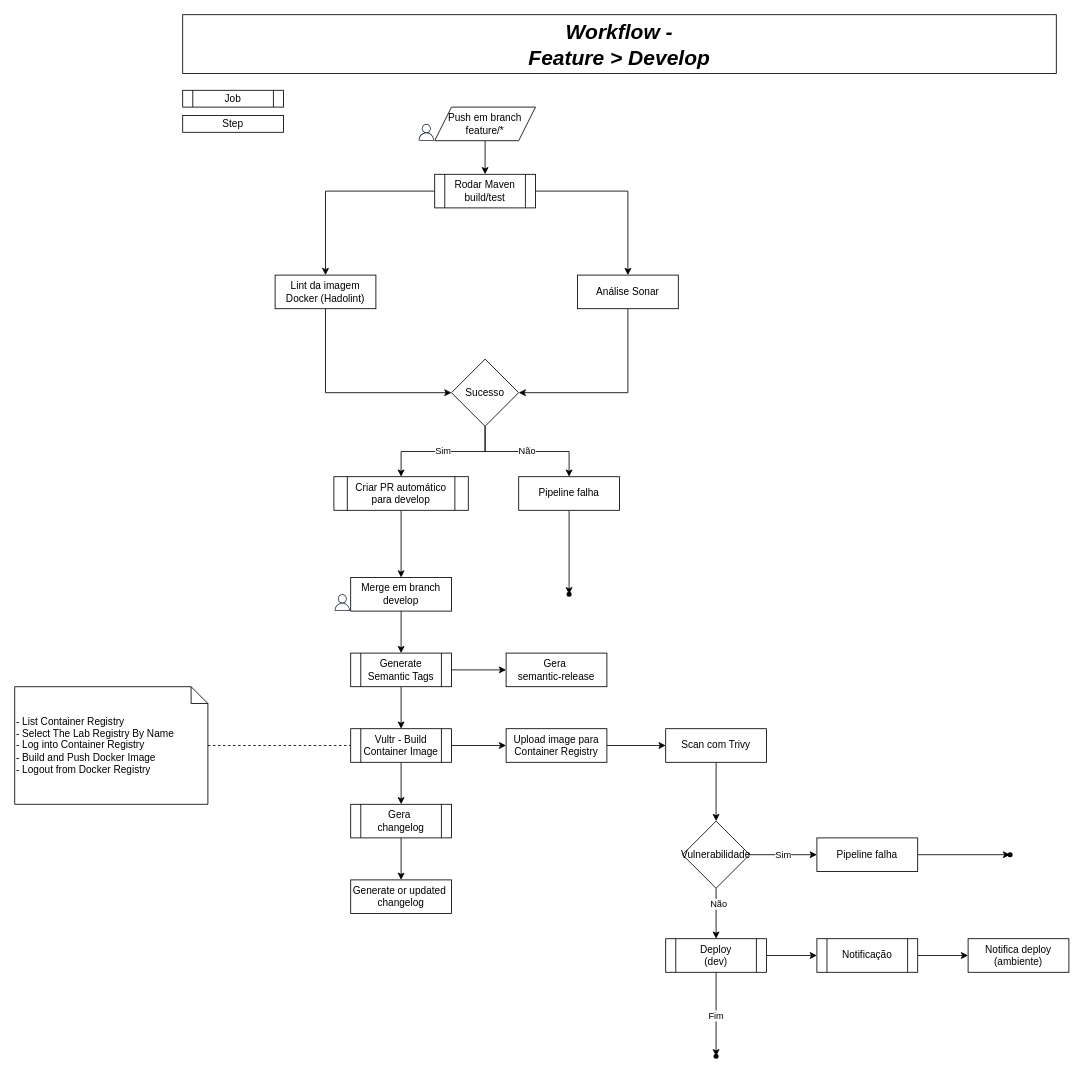
Earlier version of the draw.io diagram page "workflow" (4 of 4) of drawio/arquitetura.drawio (jhegner/kubernetes-labs). Source tidied: cells renumbered, new cells numbered last; positions are measured from the earlier drawing's top-left corner, leaving out a move shared by most shapes. Both pictures are drawn from the tidied source at 84%, with x=0, y=0 at pixel (14, 14).
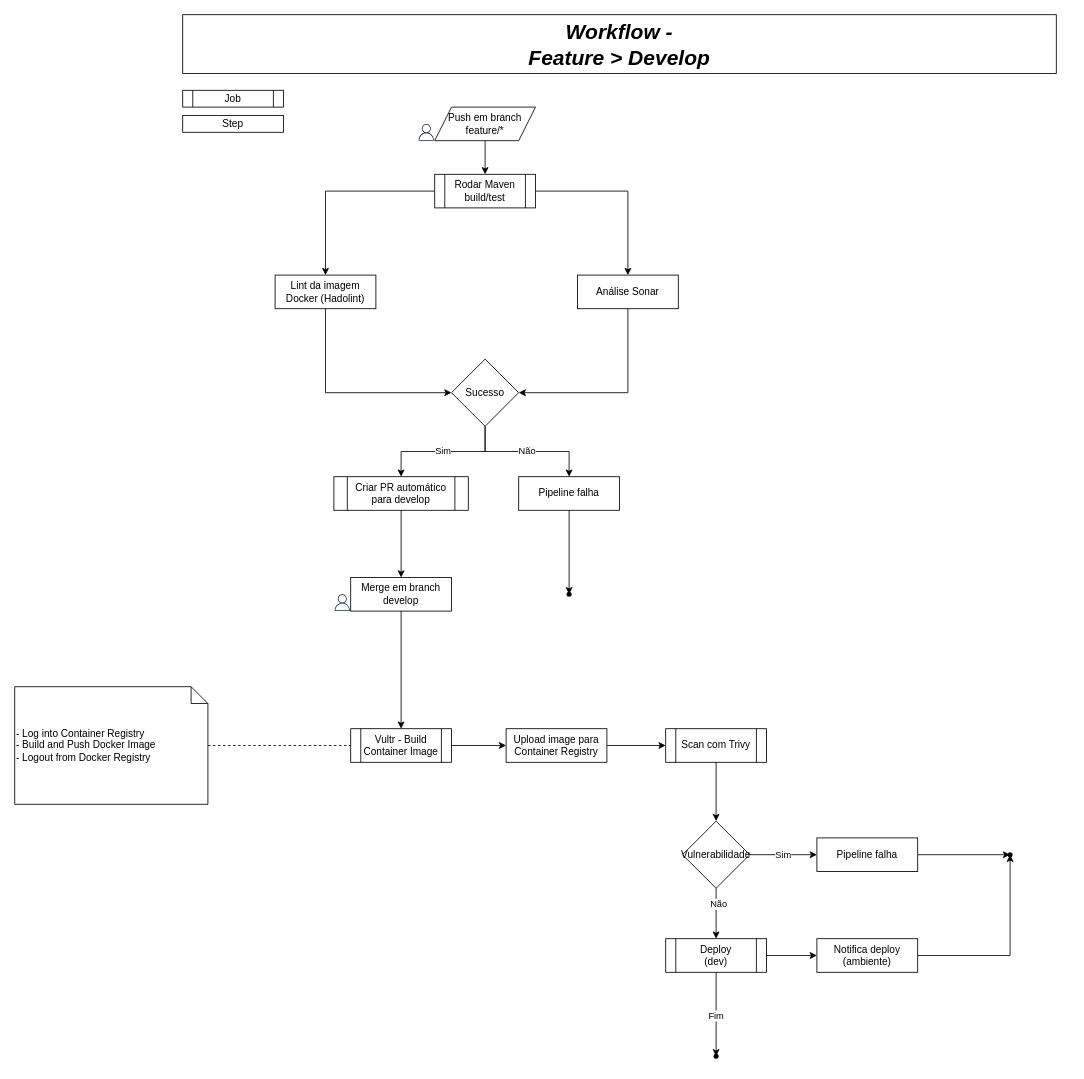
The same diagram, later.

The change refers to these unchanged cells:
```xml
<mxCell id="21" value="Merge em branch develop" style="whiteSpace=wrap;html=1;" parent="1" vertex="1">
  <mxGeometry x="400" y="670" width="120" height="40" as="geometry" />
</mxCell>
<mxCell id="24" value="Vultr - Build &lt;br&gt;Container Image" style="shape=process;whiteSpace=wrap;html=1;backgroundOutline=1;" parent="1" vertex="1">
  <mxGeometry x="400" y="850" width="120" height="40" as="geometry" />
</mxCell>
<mxCell id="35" style="shape=waypoint;sketch=0;size=6;points=[];fillColor=default;perimeter=centerPerimeter;snapToPoint=1;" parent="1" vertex="1">
  <mxGeometry x="1175" y="990" width="20" height="20" as="geometry" />
</mxCell>
<mxCell id="39" value="Deploy&lt;div&gt;(dev)&lt;/div&gt;" style="shape=process;whiteSpace=wrap;html=1;backgroundOutline=1;" parent="1" vertex="1">
  <mxGeometry x="775" y="1100" width="120" height="40" as="geometry" />
</mxCell>
```

What changed in the source:
```diff
@@
-    <mxCell id="20" style="edgeStyle=orthogonalEdgeStyle;rounded=0;jettySize=auto;html=1;" parent="1" edge="1" source="21" target="52">
-      <mxGeometry relative="1" as="geometry" />
-    </mxCell>
+    <mxCell id="57" style="edgeStyle=orthogonalEdgeStyle;rounded=0;jettySize=auto;html=1;" parent="1" edge="1" source="21" target="24">
+      <mxGeometry relative="1" as="geometry" />
+    </mxCell>
@@
-    <mxCell id="23" style="edgeStyle=orthogonalEdgeStyle;rounded=0;jettySize=auto;html=1;" parent="1" edge="1" source="24" target="55">
-      <mxGeometry relative="1" as="geometry" />
-    </mxCell>
@@
-    <mxCell id="26" value="&lt;span style=&quot;text-wrap-mode: nowrap;&quot;&gt;Scan com Trivy&lt;/span&gt;" style="whiteSpace=wrap;html=1;" parent="1" vertex="1">
+    <mxCell id="26" value="&lt;span style=&quot;text-wrap-mode: nowrap;&quot;&gt;Scan com Trivy&lt;/span&gt;" style="shape=process;whiteSpace=wrap;html=1;backgroundOutline=1;" parent="1" vertex="1">
       <mxGeometry x="775" y="850" width="120" height="40" as="geometry" />
     </mxCell>
@@
-    <mxCell id="38" style="edgeStyle=orthogonalEdgeStyle;rounded=0;jettySize=auto;html=1;" parent="1" edge="1" source="39" target="46">
-      <mxGeometry relative="1" as="geometry" />
-    </mxCell>
+    <mxCell id="58" style="edgeStyle=orthogonalEdgeStyle;rounded=0;jettySize=auto;html=1;entryX=0;entryY=0.5;entryDx=0;entryDy=0;" parent="1" edge="1" source="39" target="47">
+      <mxGeometry relative="1" as="geometry" />
+    </mxCell>
@@
-    <mxCell id="45" style="edgeStyle=orthogonalEdgeStyle;rounded=0;jettySize=auto;html=1;" parent="1" edge="1" source="46" target="47">
-      <mxGeometry relative="1" as="geometry" />
-    </mxCell>
-    <mxCell id="46" value="Notificação" style="shape=process;whiteSpace=wrap;html=1;backgroundOutline=1;" parent="1" vertex="1">
-      <mxGeometry x="955" y="1100" width="120" height="40" as="geometry" />
-    </mxCell>
+    <mxCell id="59" style="edgeStyle=orthogonalEdgeStyle;rounded=0;jettySize=auto;html=1;" parent="1" edge="1" source="47" target="35">
+      <mxGeometry relative="1" as="geometry" />
+    </mxCell>
     <mxCell id="47" value="&lt;span style=&quot;text-wrap-mode: nowrap;&quot;&gt;Notifica deploy &lt;br&gt;(ambiente)&lt;/span&gt;" style="whiteSpace=wrap;html=1;" parent="1" vertex="1">
-      <mxGeometry x="1135" y="1100" width="120" height="40" as="geometry" />
+      <mxGeometry x="955" y="1100" width="120" height="40" as="geometry" />
     </mxCell>
@@
-    <mxCell id="49" value="&lt;div&gt;&lt;span style=&quot;background-color: initial; color: rgb(0, 0, 0); --darkreader-inline-bgcolor: initial; --darkreader-inline-color: var(--darkreader-text-000000, #e3e1de);&quot;&gt;- List Container Registry&lt;/span&gt;&lt;/div&gt;&lt;div&gt;- Select The Lab Registry By Name&lt;/div&gt;&lt;div&gt;- Log into Container Registry&lt;/div&gt;&lt;div&gt;- Build and Push Docker Image&lt;/div&gt;&lt;div&gt;- Logout from Docker Registry&lt;/div&gt;" style="shape=note;size=20;whiteSpace=wrap;html=1;align=left;" parent="1" vertex="1">
+    <mxCell id="49" value="&lt;div&gt;&lt;span style=&quot;background-color: transparent; color: light-dark(rgb(0, 0, 0), rgb(255, 255, 255));&quot;&gt;- Log into Container Registry&lt;/span&gt;&lt;/div&gt;&lt;div&gt;- Build and Push Docker Image&lt;/div&gt;&lt;div&gt;- Logout from Docker Registry&lt;/div&gt;" style="shape=note;size=20;whiteSpace=wrap;html=1;align=left;" parent="1" vertex="1">
       <mxGeometry y="800" width="230" height="140" as="geometry" />
     </mxCell>
-    <mxCell id="50" style="edgeStyle=orthogonalEdgeStyle;rounded=0;jettySize=auto;html=1;" parent="1" edge="1" source="52" target="24">
-      <mxGeometry relative="1" as="geometry" />
-    </mxCell>
-    <mxCell id="51" style="edgeStyle=orthogonalEdgeStyle;rounded=0;jettySize=auto;html=1;" parent="1" edge="1" source="52" target="53">
-      <mxGeometry relative="1" as="geometry" />
-    </mxCell>
-    <mxCell id="52" value="Generate Semantic Tags" style="shape=process;whiteSpace=wrap;html=1;backgroundOutline=1;" parent="1" vertex="1">
-      <mxGeometry x="400" y="760" width="120" height="40" as="geometry" />
-    </mxCell>
-    <mxCell id="53" value="Gera&amp;nbsp;&lt;br&gt;semantic-release" style="whiteSpace=wrap;html=1;" parent="1" vertex="1">
-      <mxGeometry x="585" y="760" width="120" height="40" as="geometry" />
-    </mxCell>
-    <mxCell id="54" style="edgeStyle=orthogonalEdgeStyle;rounded=0;jettySize=auto;html=1;" parent="1" edge="1" source="55" target="56">
-      <mxGeometry relative="1" as="geometry" />
-    </mxCell>
-    <mxCell id="55" value="Gera&amp;nbsp;&lt;div&gt;changelog&lt;/div&gt;" style="shape=process;whiteSpace=wrap;html=1;backgroundOutline=1;" parent="1" vertex="1">
-      <mxGeometry x="400" y="940" width="120" height="40" as="geometry" />
-    </mxCell>
-    <mxCell id="56" value="Generate or updated&amp;nbsp;&lt;br&gt;changelog" style="whiteSpace=wrap;html=1;" parent="1" vertex="1">
-      <mxGeometry x="400" y="1030" width="120" height="40" as="geometry" />
-    </mxCell>
```
